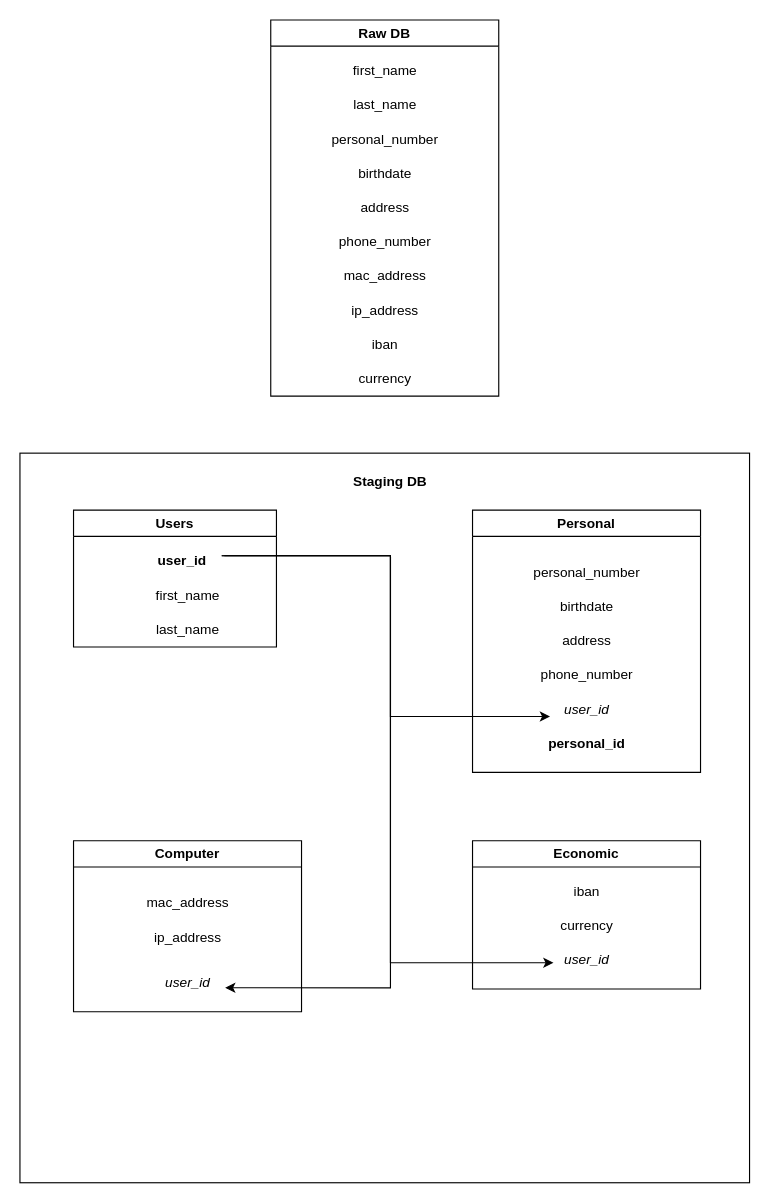
Before: Stage_2/src/db_architecture_diagram.drawio in romanmurzac/InternData, a draw.io diagram. Source tidied: cells renumbered, new cells numbered last; positions are measured from the earlier drawing's top-left corner, leaving out a move shared by most shapes. Both pictures are drawn from the tidied source at 114%, with x=0, y=0 at pixel (19, 19).
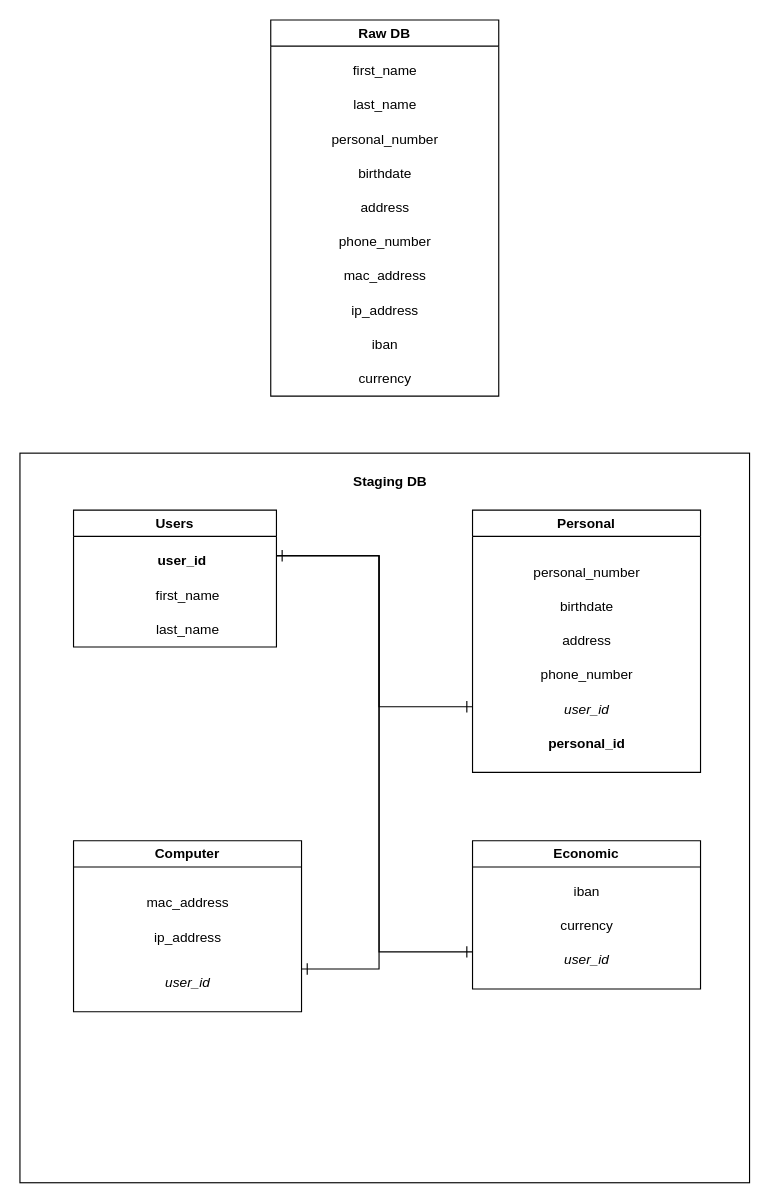
The same page after the edit.

The change refers to these unchanged cells:
```xml
<mxCell id="14" value="Users" style="swimlane;whiteSpace=wrap;html=1;startSize=23;" parent="1" vertex="1">
  <mxGeometry x="47" y="430" width="178" height="120" as="geometry" />
</mxCell>
<mxCell id="17" value="&lt;b&gt;user_id&lt;/b&gt;" style="text;html=1;align=center;verticalAlign=middle;points=[];strokeColor=none;fillColor=none;" parent="14" vertex="1">
  <mxGeometry x="60" y="30" width="70" height="30" as="geometry" />
</mxCell>
<mxCell id="19" value="Personal" style="swimlane;whiteSpace=wrap;html=1;" parent="1" vertex="1">
  <mxGeometry x="397" y="430" width="200" height="230" as="geometry" />
</mxCell>
<mxCell id="25" value="Computer" style="swimlane;whiteSpace=wrap;html=1;" parent="1" vertex="1">
  <mxGeometry x="47" y="720" width="200" height="150" as="geometry" />
</mxCell>
<mxCell id="28" value="&lt;i style=&quot;&quot;&gt;user_id&lt;/i&gt;" style="text;html=1;align=center;verticalAlign=middle;points=[];strokeColor=none;fillColor=none;" parent="25" vertex="1">
  <mxGeometry x="70" y="110" width="60" height="30" as="geometry" />
</mxCell>
<mxCell id="29" value="Economic" style="swimlane;whiteSpace=wrap;html=1;" parent="1" vertex="1">
  <mxGeometry x="397" y="720" width="200" height="130" as="geometry" />
</mxCell>
<mxCell id="32" value="&lt;i style=&quot;&quot;&gt;user_id&lt;/i&gt;" style="text;html=1;align=center;verticalAlign=middle;points=[];strokeColor=none;fillColor=none;" parent="29" vertex="1">
  <mxGeometry x="70" y="90" width="60" height="30" as="geometry" />
</mxCell>
```

What changed in the source:
```diff
@@
-    <mxCell id="18" style="edgeStyle=orthogonalEdgeStyle;rounded=0;jettySize=auto;html=1;entryX=-0.033;entryY=0.533;entryDx=0;entryDy=0;entryPerimeter=0;exitX=1.033;exitY=0.333;exitDx=0;exitDy=0;exitPerimeter=0;" parent="14" edge="1" source="17">
-      <mxGeometry relative="1" as="geometry">
-        <mxPoint x="418" y="181" as="targetPoint" />
-        <Array as="points">
-          <mxPoint x="278" y="40" />
-          <mxPoint x="278" y="181" />
-        </Array>
-      </mxGeometry>
-    </mxCell>
@@
-    <mxCell id="33" style="edgeStyle=orthogonalEdgeStyle;rounded=0;jettySize=auto;html=1;entryX=1.05;entryY=0.633;entryDx=0;entryDy=0;entryPerimeter=0;" parent="1" edge="1" source="17" target="28">
-      <mxGeometry relative="1" as="geometry">
-        <Array as="points">
-          <mxPoint x="325" y="470" />
-          <mxPoint x="325" y="849" />
-        </Array>
-      </mxGeometry>
-    </mxCell>
-    <mxCell id="34" style="edgeStyle=orthogonalEdgeStyle;rounded=0;jettySize=auto;html=1;entryX=0.017;entryY=0.567;entryDx=0;entryDy=0;entryPerimeter=0;" parent="1" edge="1" source="17" target="32">
-      <mxGeometry relative="1" as="geometry">
-        <Array as="points">
-          <mxPoint x="325" y="470" />
-          <mxPoint x="325" y="827" />
-        </Array>
-      </mxGeometry>
-    </mxCell>
@@
+    <mxCell id="37" style="edgeStyle=elbowEdgeStyle;elbow=horizontal;endArrow=ERone;html=1;curved=0;rounded=0;endSize=8;startSize=8;entryX=0;entryY=0.75;entryDx=0;entryDy=0;endFill=0;" parent="1" edge="1" target="29">
+      <mxGeometry relative="1" as="geometry">
+        <mxPoint x="225" y="470" as="sourcePoint" />
+        <Array as="points">
+          <mxPoint x="315" y="640" />
+        </Array>
+      </mxGeometry>
+    </mxCell>
+    <mxCell id="38" style="edgeStyle=elbowEdgeStyle;elbow=horizontal;endArrow=ERone;html=1;curved=0;rounded=0;endSize=8;startSize=8;entryX=1;entryY=0.75;entryDx=0;entryDy=0;endFill=0;" parent="1" edge="1" target="25">
+      <mxGeometry relative="1" as="geometry">
+        <mxPoint x="225" y="470" as="sourcePoint" />
+        <Array as="points">
+          <mxPoint x="315" y="660" />
+        </Array>
+      </mxGeometry>
+    </mxCell>
+    <mxCell id="39" style="edgeStyle=elbowEdgeStyle;elbow=horizontal;endArrow=ERone;html=1;curved=0;rounded=0;endSize=8;startSize=8;entryX=0;entryY=0.75;entryDx=0;entryDy=0;startArrow=ERone;startFill=0;endFill=0;" parent="1" edge="1" target="19">
+      <mxGeometry relative="1" as="geometry">
+        <mxPoint x="225" y="470" as="sourcePoint" />
+        <Array as="points">
+          <mxPoint x="315" y="540" />
+        </Array>
+      </mxGeometry>
+    </mxCell>
```
